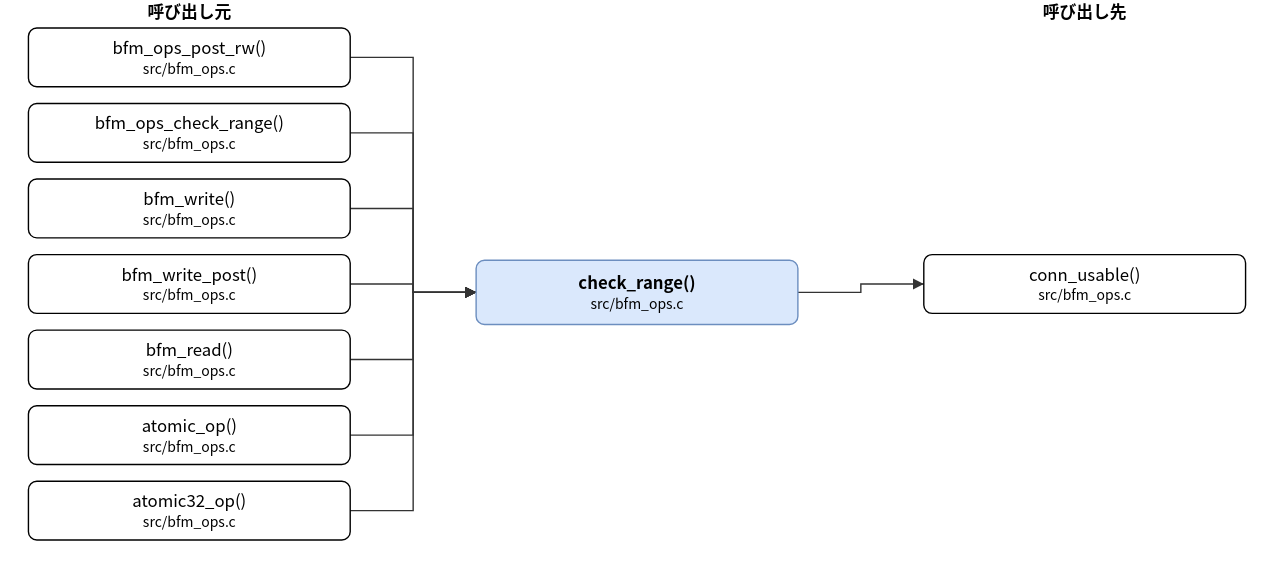
Earlier version of the draw.io export doc/spec/images/call_src_bfm_ops-check_range.drawio.svg (hf355051012-ai/bfmem). Source tidied: cells renumbered, new cells last; positions are measured from the earlier drawing's top-left corner, leaving out a move shared by most shapes.
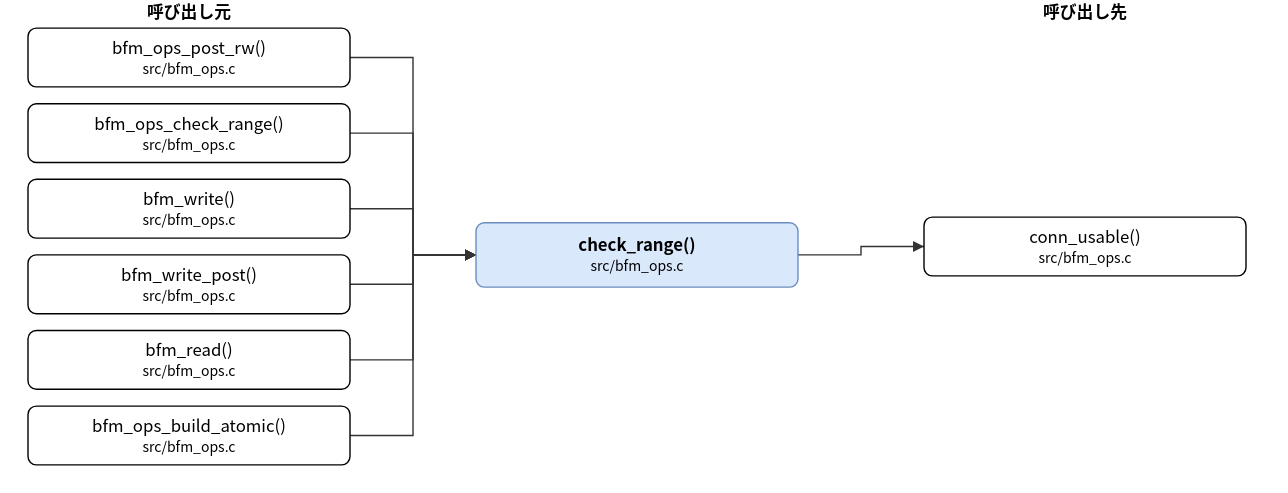
Above is the later version.

Diff of the diagram source:
```diff
@@ -3,7 +3,7 @@
     <mxCell id="0" />
     <mxCell id="1" parent="0" />
     <mxCell id="2" value="check_range()&lt;br&gt;&lt;font style=&quot;font-size:10px&quot;&gt;src/bfm_ops.c&lt;/font&gt;" style="rounded=1;whiteSpace=wrap;html=1;fillColor=#dae8fc;strokeColor=#6c8ebf;fontStyle=1;" parent="1" vertex="1">
-      <mxGeometry x="320" y="186" width="230" height="46" as="geometry" />
+      <mxGeometry x="320" y="159" width="230" height="46" as="geometry" />
     </mxCell>
     <mxCell id="3" value="bfm_ops_post_rw()&lt;br&gt;&lt;font style=&quot;font-size:10px&quot;&gt;src/bfm_ops.c&lt;/font&gt;" style="rounded=1;whiteSpace=wrap;html=1;" parent="1" vertex="1">
       <mxGeometry y="20" width="230" height="42" as="geometry" />
@@ -20,20 +20,17 @@
     <mxCell id="7" value="bfm_read()&lt;br&gt;&lt;font style=&quot;font-size:10px&quot;&gt;src/bfm_ops.c&lt;/font&gt;" style="rounded=1;whiteSpace=wrap;html=1;" parent="1" vertex="1">
       <mxGeometry y="236" width="230" height="42" as="geometry" />
     </mxCell>
-    <mxCell id="8" value="atomic_op()&lt;br&gt;&lt;font style=&quot;font-size:10px&quot;&gt;src/bfm_ops.c&lt;/font&gt;" style="rounded=1;whiteSpace=wrap;html=1;" parent="1" vertex="1">
+    <mxCell id="8" value="bfm_ops_build_atomic()&lt;br&gt;&lt;font style=&quot;font-size:10px&quot;&gt;src/bfm_ops.c&lt;/font&gt;" style="rounded=1;whiteSpace=wrap;html=1;" parent="1" vertex="1">
       <mxGeometry y="290" width="230" height="42" as="geometry" />
     </mxCell>
-    <mxCell id="9" value="atomic32_op()&lt;br&gt;&lt;font style=&quot;font-size:10px&quot;&gt;src/bfm_ops.c&lt;/font&gt;" style="rounded=1;whiteSpace=wrap;html=1;" parent="1" vertex="1">
-      <mxGeometry y="344" width="230" height="42" as="geometry" />
-    </mxCell>
     <mxCell id="10" value="conn_usable()&lt;br&gt;&lt;font style=&quot;font-size:10px&quot;&gt;src/bfm_ops.c&lt;/font&gt;" style="rounded=1;whiteSpace=wrap;html=1;" parent="1" vertex="1">
-      <mxGeometry x="640" y="182" width="230" height="42" as="geometry" />
+      <mxGeometry x="640" y="155" width="230" height="42" as="geometry" />
     </mxCell>
     <mxCell id="11" style="edgeStyle=none;html=1;rounded=0;endArrow=block;endFill=1;exitX=1.0000;exitY=0.5000;exitDx=0;exitDy=0;exitPerimeter=0;entryX=0.0000;entryY=0.5000;entryDx=0;entryDy=0;entryPerimeter=0;" parent="1" edge="1" source="3" target="2">
       <mxGeometry relative="1" as="geometry">
         <Array as="points">
           <mxPoint x="275" y="41" />
-          <mxPoint x="275" y="209" />
+          <mxPoint x="275" y="182" />
         </Array>
       </mxGeometry>
     </mxCell>
@@ -41,7 +38,7 @@
       <mxGeometry relative="1" as="geometry">
         <Array as="points">
           <mxPoint x="275" y="95" />
-          <mxPoint x="275" y="209" />
+          <mxPoint x="275" y="182" />
         </Array>
       </mxGeometry>
     </mxCell>
@@ -49,7 +46,7 @@
       <mxGeometry relative="1" as="geometry">
         <Array as="points">
           <mxPoint x="275" y="149" />
-          <mxPoint x="275" y="209" />
+          <mxPoint x="275" y="182" />
         </Array>
       </mxGeometry>
     </mxCell>
@@ -57,7 +54,7 @@
       <mxGeometry relative="1" as="geometry">
         <Array as="points">
           <mxPoint x="275" y="203" />
-          <mxPoint x="275" y="209" />
+          <mxPoint x="275" y="182" />
         </Array>
       </mxGeometry>
     </mxCell>
@@ -65,7 +62,7 @@
       <mxGeometry relative="1" as="geometry">
         <Array as="points">
           <mxPoint x="275" y="257" />
-          <mxPoint x="275" y="209" />
+          <mxPoint x="275" y="182" />
         </Array>
       </mxGeometry>
     </mxCell>
@@ -73,26 +70,18 @@
       <mxGeometry relative="1" as="geometry">
         <Array as="points">
           <mxPoint x="275" y="311" />
-          <mxPoint x="275" y="209" />
+          <mxPoint x="275" y="182" />
         </Array>
       </mxGeometry>
     </mxCell>
-    <mxCell id="17" style="edgeStyle=none;html=1;rounded=0;endArrow=block;endFill=1;exitX=1.0000;exitY=0.5000;exitDx=0;exitDy=0;exitPerimeter=0;entryX=0.0000;entryY=0.5000;entryDx=0;entryDy=0;entryPerimeter=0;" parent="1" edge="1" source="9" target="2">
+    <mxCell id="17" style="edgeStyle=none;html=1;rounded=0;endArrow=block;endFill=1;exitX=1.0000;exitY=0.5000;exitDx=0;exitDy=0;exitPerimeter=0;entryX=0.0000;entryY=0.5000;entryDx=0;entryDy=0;entryPerimeter=0;" parent="1" edge="1" source="2" target="10">
       <mxGeometry relative="1" as="geometry">
         <Array as="points">
-          <mxPoint x="275" y="365" />
-          <mxPoint x="275" y="209" />
+          <mxPoint x="595" y="182" />
+          <mxPoint x="595" y="176" />
         </Array>
       </mxGeometry>
     </mxCell>
-    <mxCell id="18" style="edgeStyle=none;html=1;rounded=0;endArrow=block;endFill=1;exitX=1.0000;exitY=0.5000;exitDx=0;exitDy=0;exitPerimeter=0;entryX=0.0000;entryY=0.5000;entryDx=0;entryDy=0;entryPerimeter=0;" parent="1" edge="1" source="2" target="10">
-      <mxGeometry relative="1" as="geometry">
-        <Array as="points">
-          <mxPoint x="595" y="209" />
-          <mxPoint x="595" y="203" />
-        </Array>
-      </mxGeometry>
-    </mxCell>
     <mxCell id="19" value="呼び出し元" style="text;html=1;align=center;fontStyle=1;" parent="1" vertex="1">
       <mxGeometry x="35" width="160" height="18" as="geometry" />
     </mxCell>
```
